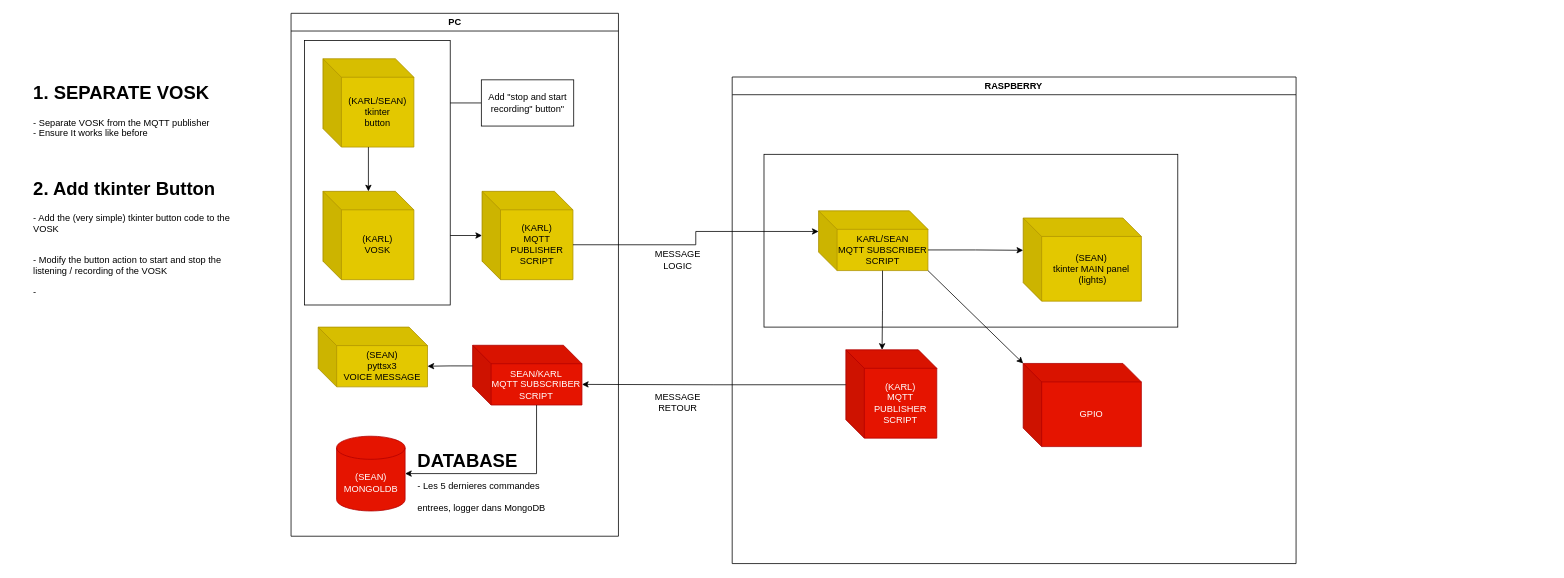
Before: AI-IOT.drawio in 202396724/PROJET-2_IOT, a draw.io diagram. Source tidied: cells renumbered, new cells numbered last; positions are measured from the earlier drawing's top-left corner, leaving out a move shared by most shapes. Both pictures are drawn from the tidied source at 77%, with x=0, y=0 at pixel (32, 13).
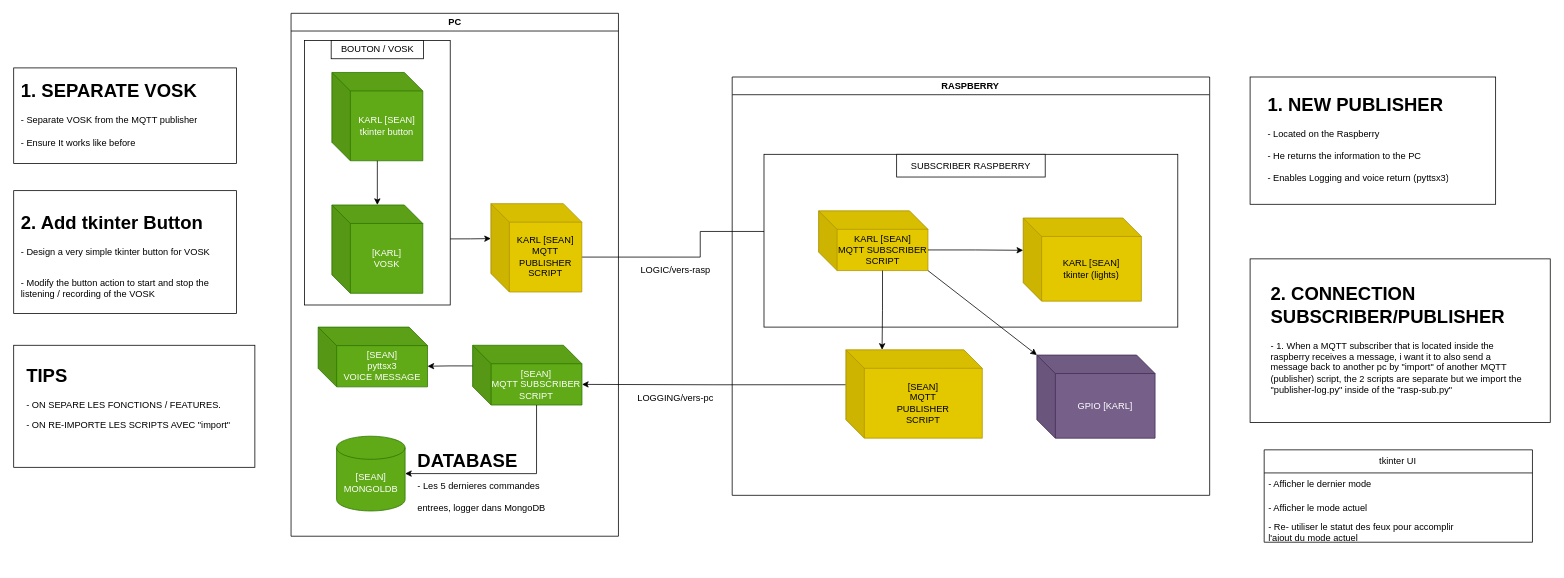
The same page after the edit.

Commit message:
Update to the names of the MQTT topic

Update to the names of the MQTT topic

Diff of the diagram source:
```diff
@@
     <mxCell id="2" style="group;" parent="1" vertex="1">
-      <mxGeometry x="809" y="304.6" width="60" height="30" as="geometry" />
+      <mxGeometry x="779.5" y="318.7" width="112.2" height="30" as="geometry" />
     </mxCell>
-    <mxCell id="3" value="MESSAGE&lt;br&gt;LOGIC" style="text;html=1;align=center;verticalAlign=middle;whiteSpace=wrap;rounded=0;" parent="2" vertex="1">
-      <mxGeometry width="60" height="30" as="geometry" />
+    <mxCell id="3" value="LOGIC/vers-rasp" style="text;html=1;align=center;verticalAlign=middle;whiteSpace=wrap;rounded=0;" parent="2" vertex="1">
+      <mxGeometry width="112.2" height="30" as="geometry" />
     </mxCell>
-    <mxCell id="4" style="group;" parent="1" vertex="1">
-      <mxGeometry x="909.4" y="82.5" width="732.3" height="631.9" as="geometry" />
-    </mxCell>
+    <mxCell id="31" style="edgeStyle=orthogonalEdgeStyle;rounded=0;jettySize=auto;html=1;exitX=0;exitY=0;exitDx=0;exitDy=45.3697449349864;exitPerimeter=0;entryX=0;entryY=0;entryDx=142.03428139669472;entryDy=50.8089030843665;entryPerimeter=0;" parent="1" edge="1" source="7" target="17">
+      <mxGeometry relative="1" as="geometry" />
+    </mxCell>
+    <mxCell id="32" style="group;" parent="1" vertex="1">
+      <mxGeometry x="767.6" y="484.9" width="135.8" height="30" as="geometry" />
+    </mxCell>
+    <mxCell id="33" value="LOGGING/vers-pc" style="text;html=1;align=center;verticalAlign=middle;whiteSpace=wrap;rounded=0;" parent="32" vertex="1">
+      <mxGeometry width="135.8" height="30" as="geometry" />
+    </mxCell>
+    <mxCell id="34" style="edgeStyle=orthogonalEdgeStyle;rounded=0;jettySize=auto;html=1;exitX=0;exitY=0;exitDx=118.11000000000001;exitDy=69.3697449349864;exitPerimeter=0;entryX=0;entryY=0;entryDx=0;entryDy=26.80890308436649;entryPerimeter=0;" parent="1" edge="1" source="16" target="9">
+      <mxGeometry relative="1" as="geometry" />
+    </mxCell>
+    <mxCell id="37" style="group;" parent="1" vertex="1">
+      <mxGeometry x="-23.7" y="70.7" width="289.4" height="124" as="geometry" />
+    </mxCell>
+    <mxCell id="38" style="rounded=0;whiteSpace=wrap;html=1;" parent="37" vertex="1">
+      <mxGeometry width="289.4" height="124" as="geometry" />
+    </mxCell>
+    <mxCell id="36" value="&lt;h1 style=&quot;margin-top: 0px;&quot;&gt;&lt;span style=&quot;background-color: initial;&quot;&gt;1. SEPARATE VOSK&lt;/span&gt;&lt;br&gt;&lt;/h1&gt;&lt;div&gt;&lt;span style=&quot;background-color: initial;&quot;&gt;- Separate VOSK from the MQTT publisher&lt;/span&gt;&lt;/div&gt;&lt;div&gt;&lt;span style=&quot;background-color: initial;&quot;&gt;&lt;br&gt;- Ensure It works like before&lt;/span&gt;&lt;/div&gt;" style="text;html=1;whiteSpace=wrap;overflow=hidden;rounded=0;" parent="37" vertex="1">
+      <mxGeometry x="7.4" y="8.9" width="274.5" height="106.3" as="geometry" />
+    </mxCell>
+    <mxCell id="39" style="group;" parent="1" vertex="1">
+      <mxGeometry x="-23.7" y="230.1" width="289.4" height="159.4" as="geometry" />
+    </mxCell>
+    <mxCell id="40" style="rounded=0;whiteSpace=wrap;html=1;" parent="39" vertex="1">
+      <mxGeometry width="289.4" height="159.4" as="geometry" />
+    </mxCell>
+    <mxCell id="35" value="&lt;h1 style=&quot;margin-top: 0px;&quot;&gt;2. Add tkinter Button&lt;/h1&gt;&lt;p&gt;- Design a very simple tkinter button for VOSK&lt;/p&gt;&lt;p&gt;&lt;br&gt;- Modify the button action to start and stop the listening / recording of the VOSK&lt;/p&gt;" style="text;html=1;whiteSpace=wrap;overflow=hidden;rounded=0;" parent="39" vertex="1">
+      <mxGeometry x="7.4" y="20.9" width="274.5" height="117.7" as="geometry" />
+    </mxCell>
+    <mxCell id="41" style="group;" parent="1" vertex="1">
+      <mxGeometry x="-23.7" y="430.9" width="313.2" height="158.5" as="geometry" />
+    </mxCell>
+    <mxCell id="42" style="rounded=0;whiteSpace=wrap;html=1;" parent="41" vertex="1">
+      <mxGeometry width="313.2" height="158.5" as="geometry" />
+    </mxCell>
+    <mxCell id="43" value="&lt;h1 style=&quot;margin-top: 0px;&quot;&gt;TIPS&lt;/h1&gt;&lt;p&gt;- ON SEPARE LES FONCTIONS / FEATURES.&lt;/p&gt;&lt;p&gt;- ON RE-IMPORTE LES SCRIPTS AVEC &quot;import&quot;&lt;/p&gt;" style="text;html=1;whiteSpace=wrap;overflow=hidden;rounded=0;" parent="41" vertex="1">
+      <mxGeometry x="14.9" y="19.2" width="283.5" height="120" as="geometry" />
+    </mxCell>
+    <mxCell id="44" style="group;" parent="1" vertex="1">
+      <mxGeometry x="909.4" y="82.5" width="620.1" height="543.3" as="geometry" />
+    </mxCell>
-    <mxCell id="5" value="RASPBERRY" style="swimlane;whiteSpace=wrap;html=1;" parent="4" vertex="1">
-      <mxGeometry width="732.3" height="631.9" as="geometry" />
+    <mxCell id="5" value="RASPBERRY" style="swimlane;whiteSpace=wrap;html=1;" parent="44" vertex="1">
+      <mxGeometry width="620.1" height="543.3" as="geometry" />
     </mxCell>
+    <mxCell id="7" value="[SEAN]&lt;br&gt;MQTT&lt;div&gt;PUBLISHER&lt;br&gt;SCRIPT&lt;/div&gt;" style="shape=cube;whiteSpace=wrap;html=1;boundedLbl=1;backgroundOutline=1;darkOpacity=0.05;darkOpacity2=0.1;size=24;fillColor=#e3c800;fontColor=#000000;strokeColor=#B09500;" parent="5" vertex="1">
+      <mxGeometry x="147.6" y="354.3" width="177.2" height="114.7" as="geometry" />
+    </mxCell>
+    <mxCell id="12" value="GPIO [KARL]" style="shape=cube;whiteSpace=wrap;html=1;boundedLbl=1;backgroundOutline=1;darkOpacity=0.05;darkOpacity2=0.1;size=24;fillColor=#76608a;fontColor=#ffffff;strokeColor=#432D57;" parent="5" vertex="1">
+      <mxGeometry x="395.7" y="361.1" width="153.5" height="108" as="geometry" />
+    </mxCell>
-    <mxCell id="6" style="rounded=0;whiteSpace=wrap;html=1;" parent="5" vertex="1">
+    <mxCell id="6" style="rounded=0;whiteSpace=wrap;html=1;" parent="44" vertex="1">
       <mxGeometry x="41.3" y="100.4" width="537.4" height="224.4" as="geometry" />
     </mxCell>
-    <mxCell id="7" value="(KARL)&lt;br&gt;MQTT&lt;div&gt;PUBLISHER&lt;br&gt;SCRIPT&lt;/div&gt;" style="shape=cube;whiteSpace=wrap;html=1;boundedLbl=1;backgroundOutline=1;darkOpacity=0.05;darkOpacity2=0.1;size=24;fillColor=#e51400;fontColor=#ffffff;strokeColor=#B20000;" parent="5" vertex="1">
-      <mxGeometry x="147.6" y="354.3" width="118.1" height="114.7" as="geometry" />
-    </mxCell>
-    <mxCell id="8" value="(SEAN)&lt;br&gt;tkinter MAIN panel&lt;br&gt;&amp;nbsp;(lights)" style="shape=cube;whiteSpace=wrap;html=1;boundedLbl=1;backgroundOutline=1;darkOpacity=0.05;darkOpacity2=0.1;size=24;fillColor=#e3c800;fontColor=#000000;strokeColor=#B09500;" parent="5" vertex="1">
+    <mxCell id="8" value="KARL [SEAN]&lt;br&gt;tkinter (lights)" style="shape=cube;whiteSpace=wrap;html=1;boundedLbl=1;backgroundOutline=1;darkOpacity=0.05;darkOpacity2=0.1;size=24;fillColor=#e3c800;fontColor=#000000;strokeColor=#B09500;" parent="44" vertex="1">
       <mxGeometry x="377.9" y="183.1" width="153.5" height="108" as="geometry" />
     </mxCell>
-    <mxCell id="9" value="KARL/SEAN&lt;br&gt;MQTT SUBSCRIBER&lt;br&gt;SCRIPT" style="shape=cube;whiteSpace=wrap;html=1;boundedLbl=1;backgroundOutline=1;darkOpacity=0.05;darkOpacity2=0.1;size=24;fillColor=#e3c800;fontColor=#000000;strokeColor=#B09500;" parent="5" vertex="1">
+    <mxCell id="9" value="KARL [SEAN]&lt;br&gt;MQTT SUBSCRIBER&lt;br&gt;SCRIPT" style="shape=cube;whiteSpace=wrap;html=1;boundedLbl=1;backgroundOutline=1;darkOpacity=0.05;darkOpacity2=0.1;size=24;fillColor=#e3c800;fontColor=#000000;strokeColor=#B09500;" parent="44" vertex="1">
       <mxGeometry x="112.2" y="173.8" width="142" height="77.6" as="geometry" />
     </mxCell>
-    <mxCell id="10" style="edgeStyle=orthogonalEdgeStyle;rounded=0;jettySize=auto;html=1;exitX=0;exitY=0;exitDx=142.03428139669472;exitDy=50.80890308436649;exitPerimeter=0;entryX=0;entryY=0;entryDx=0;entryDy=41.995;entryPerimeter=0;" parent="5" edge="1" source="9" target="8">
+    <mxCell id="10" style="edgeStyle=orthogonalEdgeStyle;rounded=0;jettySize=auto;html=1;exitX=0;exitY=0;exitDx=142.03428139669472;exitDy=50.80890308436649;exitPerimeter=0;entryX=0;entryY=0;entryDx=0;entryDy=41.995;entryPerimeter=0;" parent="44" edge="1" source="9" target="8">
       <mxGeometry relative="1" as="geometry" />
     </mxCell>
-    <mxCell id="11" style="edgeStyle=orthogonalEdgeStyle;rounded=0;jettySize=auto;html=1;exitX=0;exitY=0;exitDx=83.01714069834736;exitDy=77.617806168733;exitPerimeter=0;entryX=0;entryY=0;entryDx=47.055;entryDy=0;entryPerimeter=0;" parent="5" edge="1" source="9" target="7">
+    <mxCell id="11" style="edgeStyle=orthogonalEdgeStyle;rounded=0;jettySize=auto;html=1;exitX=0;exitY=0;exitDx=83.01714069834736;exitDy=77.617806168733;exitPerimeter=0;entryX=0;entryY=0;entryDx=47.055;entryDy=0;entryPerimeter=0;" parent="44" edge="1" source="9" target="7">
       <mxGeometry relative="1" as="geometry" />
     </mxCell>
-    <mxCell id="12" value="GPIO" style="shape=cube;whiteSpace=wrap;html=1;boundedLbl=1;backgroundOutline=1;darkOpacity=0.05;darkOpacity2=0.1;size=24;fillColor=#e51400;fontColor=#ffffff;strokeColor=#B20000;" parent="5" vertex="1">
-      <mxGeometry x="377.9" y="372" width="153.5" height="108" as="geometry" />
-    </mxCell>
-    <mxCell id="13" style="rounded=0;jettySize=auto;html=1;exitX=1;exitY=1;exitDx=0;exitDy=0;exitPerimeter=0;entryX=0;entryY=0;entryDx=0;entryDy=0;entryPerimeter=0;" parent="5" edge="1" source="9" target="12">
+    <mxCell id="13" style="rounded=0;jettySize=auto;html=1;exitX=1;exitY=1;exitDx=0;exitDy=0;exitPerimeter=0;entryX=0;entryY=0;entryDx=0;entryDy=0;entryPerimeter=0;" parent="44" edge="1" source="9" target="12">
       <mxGeometry relative="1" as="geometry" />
     </mxCell>
+    <mxCell id="45" value="SUBSCRIBER RASPBERRY" style="rounded=0;whiteSpace=wrap;html=1;" parent="44" vertex="1">
+      <mxGeometry x="213.6" y="100.4" width="192.9" height="29.5" as="geometry" />
+    </mxCell>
+    <mxCell id="46" style="group;" parent="1" vertex="1">
+      <mxGeometry x="336.5" y="-0.2" width="425.2" height="679.1" as="geometry" />
+    </mxCell>
-    <mxCell id="14" value="PC" style="swimlane;whiteSpace=wrap;html=1;startSize=23;" parent="1" vertex="1">
-      <mxGeometry x="336.5" y="-0.2" width="425.2" height="679.1" as="geometry" />
+    <mxCell id="14" value="PC" style="swimlane;whiteSpace=wrap;html=1;startSize=23;" parent="46" vertex="1">
+      <mxGeometry width="425.2" height="679.1" as="geometry" />
     </mxCell>
-    <mxCell id="15" style="edgeStyle=orthogonalEdgeStyle;rounded=0;jettySize=auto;html=1;" parent="14" edge="1" source="28" target="16">
-      <mxGeometry relative="1" as="geometry" />
-    </mxCell>
-    <mxCell id="16" value="(KARL)&lt;br&gt;MQTT&lt;div&gt;PUBLISHER&lt;br&gt;SCRIPT&lt;/div&gt;" style="shape=cube;whiteSpace=wrap;html=1;boundedLbl=1;backgroundOutline=1;darkOpacity=0.05;darkOpacity2=0.1;size=24;fillColor=#e3c800;fontColor=#000000;strokeColor=#B09500;" parent="14" vertex="1">
-      <mxGeometry x="248" y="231.2" width="118.1" height="114.7" as="geometry" />
+    <mxCell id="16" value="KARL [SEAN]&lt;br&gt;MQTT&lt;div&gt;PUBLISHER&lt;br&gt;SCRIPT&lt;/div&gt;" style="shape=cube;whiteSpace=wrap;html=1;boundedLbl=1;backgroundOutline=1;darkOpacity=0.05;darkOpacity2=0.1;size=24;fillColor=#e3c800;fontColor=#000000;strokeColor=#B09500;" parent="46" vertex="1">
+      <mxGeometry x="259.5" y="247.2" width="118.1" height="114.7" as="geometry" />
     </mxCell>
-    <mxCell id="17" value="SEAN/KARL&lt;br&gt;MQTT SUBSCRIBER&lt;br&gt;SCRIPT" style="shape=cube;whiteSpace=wrap;html=1;boundedLbl=1;backgroundOutline=1;darkOpacity=0.05;darkOpacity2=0.1;size=24;fillColor=#e51400;strokeColor=#B20000;fontColor=#ffffff;" parent="14" vertex="1">
+    <mxCell id="17" value="[SEAN]&lt;br&gt;MQTT SUBSCRIBER&lt;br&gt;SCRIPT" style="shape=cube;whiteSpace=wrap;html=1;boundedLbl=1;backgroundOutline=1;darkOpacity=0.05;darkOpacity2=0.1;size=24;fillColor=#60a917;strokeColor=#2D7600;fontColor=#ffffff;" parent="46" vertex="1">
       <mxGeometry x="235.8" y="431.1" width="142" height="77.6" as="geometry" />
     </mxCell>
-    <mxCell id="18" value="(SEAN)&lt;br&gt;pyttsx3&lt;br&gt;VOICE MESSAGE" style="shape=cube;whiteSpace=wrap;html=1;boundedLbl=1;backgroundOutline=1;darkOpacity=0.05;darkOpacity2=0.1;size=24;fillColor=#e3c800;fontColor=#000000;strokeColor=#B09500;" parent="14" vertex="1">
+    <mxCell id="18" value="[SEAN]&lt;br&gt;pyttsx3&lt;br&gt;VOICE MESSAGE" style="shape=cube;whiteSpace=wrap;html=1;boundedLbl=1;backgroundOutline=1;darkOpacity=0.05;darkOpacity2=0.1;size=24;fillColor=#60a917;strokeColor=#2D7600;fontColor=#ffffff;" parent="46" vertex="1">
       <mxGeometry x="35.2" y="407.5" width="142" height="77.6" as="geometry" />
     </mxCell>
-    <mxCell id="19" style="edgeStyle=orthogonalEdgeStyle;rounded=0;jettySize=auto;html=1;exitX=0;exitY=0;exitDx=0;exitDy=26.8089030843665;exitPerimeter=0;entryX=0;entryY=0;entryDx=142.03428139669472;entryDy=50.8089030843665;entryPerimeter=0;" parent="14" edge="1" source="17" target="18">
+    <mxCell id="19" style="edgeStyle=orthogonalEdgeStyle;rounded=0;jettySize=auto;html=1;exitX=0;exitY=0;exitDx=0;exitDy=26.8089030843665;exitPerimeter=0;entryX=0;entryY=0;entryDx=142.03428139669472;entryDy=50.8089030843665;entryPerimeter=0;" parent="46" edge="1" source="17" target="18">
       <mxGeometry relative="1" as="geometry" />
     </mxCell>
-    <mxCell id="20" style="edgeStyle=orthogonalEdgeStyle;rounded=0;jettySize=auto;html=1;exitX=0;exitY=0;exitDx=83.01714069834736;exitDy=77.617806168733;exitPerimeter=0;entryX=1;entryY=0.5;entryDx=0;entryDy=0;entryPerimeter=0;" parent="14" edge="1" source="17" target="22">
+    <mxCell id="20" style="edgeStyle=orthogonalEdgeStyle;rounded=0;jettySize=auto;html=1;exitX=0;exitY=0;exitDx=83.01714069834736;exitDy=77.617806168733;exitPerimeter=0;entryX=1;entryY=0.5;entryDx=0;entryDy=0;entryPerimeter=0;" parent="46" edge="1" source="17" target="22">
       <mxGeometry relative="1" as="geometry" />
     </mxCell>
-    <mxCell id="21" style="group;" parent="14" vertex="1">
-      <mxGeometry x="59.1" y="549.2" width="286.5" height="117.2" as="geometry" />
-    </mxCell>
-    <mxCell id="22" value="(SEAN)&lt;br&gt;MONGOLDB" style="shape=cylinder3;whiteSpace=wrap;html=1;boundedLbl=1;backgroundOutline=1;size=15;fillColor=#e51400;fontColor=#ffffff;strokeColor=#B20000;" parent="21" vertex="1">
-      <mxGeometry width="89" height="97.1" as="geometry" />
-    </mxCell>
-    <mxCell id="23" value="&lt;h1 style=&quot;margin-top: 0px;&quot;&gt;&lt;span style=&quot;background-color: initial;&quot;&gt;DATABASE&lt;span style=&quot;font-size: 12px; font-weight: 400;&quot;&gt;&lt;br&gt;&lt;/span&gt;&lt;/span&gt;&lt;span style=&quot;font-size: 12px; font-weight: 400;&quot;&gt;- Les 5 dernieres commandes entrees, logger dans MongoDB&lt;/span&gt;&lt;/h1&gt;" style="text;html=1;whiteSpace=wrap;overflow=hidden;rounded=0;" parent="21" vertex="1">
-      <mxGeometry x="103.4" y="11" width="183.1" height="106.3" as="geometry" />
-    </mxCell>
-    <mxCell id="24" style="edgeStyle=orthogonalEdgeStyle;rounded=0;jettySize=auto;html=1;" parent="14" edge="1" source="25" target="29">
-      <mxGeometry relative="1" as="geometry" />
-    </mxCell>
-    <mxCell id="25" value="Add &quot;stop and start recording&quot; button&quot;" style="rounded=0;whiteSpace=wrap;html=1;" parent="14" vertex="1">
-      <mxGeometry x="247.1" y="86.4" width="120" height="60" as="geometry" />
-    </mxCell>
-    <mxCell id="26" style="group;" parent="14" vertex="1">
-      <mxGeometry x="17.5" y="35.4" width="189.2" height="343.4" as="geometry" />
-    </mxCell>
-    <mxCell id="27" style="rounded=0;whiteSpace=wrap;html=1;" parent="26" vertex="1">
-      <mxGeometry width="189.2" height="343.4" as="geometry" />
+    <mxCell id="27" style="rounded=0;whiteSpace=wrap;html=1;" parent="46" vertex="1">
+      <mxGeometry x="17.5" y="35.4" width="189.2" height="343.4" as="geometry" />
     </mxCell>
-    <mxCell id="28" value="(KARL)&lt;br&gt;VOSK" style="shape=cube;whiteSpace=wrap;html=1;boundedLbl=1;backgroundOutline=1;darkOpacity=0.05;darkOpacity2=0.1;size=24;fillColor=#e3c800;fontColor=#000000;strokeColor=#B09500;" parent="26" vertex="1">
-      <mxGeometry x="23.9" y="195.8" width="118.1" height="114.7" as="geometry" />
+    <mxCell id="28" value="[KARL]&lt;br&gt;VOSK" style="shape=cube;whiteSpace=wrap;html=1;boundedLbl=1;backgroundOutline=1;darkOpacity=0.05;darkOpacity2=0.1;size=24;fillColor=#60a917;fontColor=#ffffff;strokeColor=#2D7600;" parent="46" vertex="1">
+      <mxGeometry x="53" y="248.9" width="118.1" height="114.7" as="geometry" />
     </mxCell>
-    <mxCell id="29" value="(KARL/SEAN)&lt;br&gt;tkinter&lt;br&gt;button" style="shape=cube;whiteSpace=wrap;html=1;boundedLbl=1;backgroundOutline=1;darkOpacity=0.05;darkOpacity2=0.1;size=24;fillColor=#e3c800;fontColor=#000000;strokeColor=#B09500;" parent="26" vertex="1">
-      <mxGeometry x="23.9" y="23.6" width="118.1" height="114.7" as="geometry" />
+    <mxCell id="29" value="KARL [SEAN]&lt;br&gt;tkinter button" style="shape=cube;whiteSpace=wrap;html=1;boundedLbl=1;backgroundOutline=1;darkOpacity=0.05;darkOpacity2=0.1;size=24;fillColor=#60a917;fontColor=#ffffff;strokeColor=#2D7600;" parent="46" vertex="1">
+      <mxGeometry x="53" y="76.8" width="118.1" height="114.7" as="geometry" />
     </mxCell>
-    <mxCell id="30" style="edgeStyle=orthogonalEdgeStyle;rounded=0;jettySize=auto;html=1;" parent="26" edge="1" source="29" target="28">
+    <mxCell id="30" style="edgeStyle=orthogonalEdgeStyle;rounded=0;jettySize=auto;html=1;" parent="46" edge="1" source="29" target="28">
       <mxGeometry relative="1" as="geometry" />
     </mxCell>
-    <mxCell id="31" style="edgeStyle=orthogonalEdgeStyle;rounded=0;jettySize=auto;html=1;exitX=0;exitY=0;exitDx=0;exitDy=45.3697449349864;exitPerimeter=0;entryX=0;entryY=0;entryDx=142.03428139669472;entryDy=50.8089030843665;entryPerimeter=0;" parent="1" edge="1" source="7" target="17">
-      <mxGeometry relative="1" as="geometry" />
-    </mxCell>
-    <mxCell id="32" style="group;" parent="1" vertex="1">
-      <mxGeometry x="809" y="490" width="60" height="30" as="geometry" />
-    </mxCell>
-    <mxCell id="33" value="MESSAGE&lt;br&gt;RETOUR" style="text;html=1;align=center;verticalAlign=middle;whiteSpace=wrap;rounded=0;" parent="32" vertex="1">
-      <mxGeometry width="60" height="30" as="geometry" />
-    </mxCell>
-    <mxCell id="34" style="edgeStyle=orthogonalEdgeStyle;rounded=0;jettySize=auto;html=1;exitX=0;exitY=0;exitDx=118.11000000000001;exitDy=69.3697449349864;exitPerimeter=0;entryX=0;entryY=0;entryDx=0;entryDy=26.80890308436649;entryPerimeter=0;" parent="1" edge="1" source="16" target="9">
-      <mxGeometry relative="1" as="geometry" />
-    </mxCell>
-    <mxCell id="35" value="&lt;h1 style=&quot;margin-top: 0px;&quot;&gt;2. Add tkinter Button&lt;/h1&gt;&lt;p&gt;- Add the (very simple) tkinter button code to the VOSK&lt;/p&gt;&lt;p&gt;&lt;br&gt;- Modify the button action to start and stop the listening / recording of the VOSK&lt;br&gt;&lt;/p&gt;&lt;p&gt;-&amp;nbsp;&lt;/p&gt;" style="text;html=1;whiteSpace=wrap;overflow=hidden;rounded=0;" parent="1" vertex="1">
-      <mxGeometry x="-0.1" y="206.5" width="274.5" height="194.9" as="geometry" />
-    </mxCell>
-    <mxCell id="36" value="&lt;h1 style=&quot;margin-top: 0px;&quot;&gt;&lt;span style=&quot;background-color: initial;&quot;&gt;1. SEPARATE VOSK&lt;/span&gt;&lt;br&gt;&lt;/h1&gt;&lt;div&gt;&lt;span style=&quot;background-color: initial;&quot;&gt;- Separate VOSK from the MQTT publisher&lt;br&gt;- Ensure It works like before&lt;/span&gt;&lt;/div&gt;" style="text;html=1;whiteSpace=wrap;overflow=hidden;rounded=0;" parent="1" vertex="1">
-      <mxGeometry x="-0.1" y="82.5" width="274.5" height="120" as="geometry" />
-    </mxCell>
+    <mxCell id="47" style="edgeStyle=orthogonalEdgeStyle;rounded=0;jettySize=auto;html=1;exitX=1;exitY=0.75;exitDx=0;exitDy=0;entryX=0;entryY=0;entryDx=0;entryDy=45.36974493498641;entryPerimeter=0;" parent="46" edge="1" source="27" target="16">
+      <mxGeometry relative="1" as="geometry" />
+    </mxCell>
+    <mxCell id="48" value="BOUTON / VOSK" style="rounded=0;whiteSpace=wrap;html=1;" parent="46" vertex="1">
+      <mxGeometry x="52.1" y="35.4" width="120" height="23.6" as="geometry" />
+    </mxCell>
+    <mxCell id="22" value="[SEAN]&lt;br&gt;MONGOLDB" style="shape=cylinder3;whiteSpace=wrap;html=1;boundedLbl=1;backgroundOutline=1;size=15;fillColor=#60a917;fontColor=#ffffff;strokeColor=#2D7600;" parent="46" vertex="1">
+      <mxGeometry x="59.1" y="549.2" width="89" height="97.1" as="geometry" />
+    </mxCell>
+    <mxCell id="23" value="&lt;h1 style=&quot;margin-top: 0px;&quot;&gt;&lt;span style=&quot;background-color: initial;&quot;&gt;DATABASE&lt;span style=&quot;font-size: 12px; font-weight: 400;&quot;&gt;&lt;br&gt;&lt;/span&gt;&lt;/span&gt;&lt;span style=&quot;font-size: 12px; font-weight: 400;&quot;&gt;- Les 5 dernieres commandes entrees, logger dans MongoDB&lt;/span&gt;&lt;/h1&gt;" style="text;html=1;whiteSpace=wrap;overflow=hidden;rounded=0;" parent="46" vertex="1">
+      <mxGeometry x="162.5" y="560.2" width="183.1" height="106.3" as="geometry" />
+    </mxCell>
+    <mxCell id="49" style="group;" parent="1" vertex="1">
+      <mxGeometry x="1582" y="318.7" width="389.8" height="212.6" as="geometry" />
+    </mxCell>
+    <mxCell id="50" style="rounded=0;whiteSpace=wrap;html=1;" parent="49" vertex="1">
+      <mxGeometry width="389.8" height="212.6" as="geometry" />
+    </mxCell>
+    <mxCell id="51" value="&lt;h1 style=&quot;margin-top: 0px;&quot;&gt;&lt;span style=&quot;background-color: initial;&quot;&gt;2. CONNECTION SUBSCRIBER/PUBLISHER&lt;/span&gt;&lt;br&gt;&lt;/h1&gt;&lt;div&gt;- 1. When a MQTT subscriber that is located inside the raspberry receives a message, i want it to also send a message back to another pc by &quot;import&quot; of another MQTT (publisher) script, the 2 scripts are separate but we import the &quot;publisher-log.py&quot; inside of the &quot;rasp-sub.py&quot;&lt;/div&gt;" style="text;html=1;whiteSpace=wrap;overflow=hidden;rounded=0;" parent="49" vertex="1">
+      <mxGeometry x="25.3" y="25.6" width="339.2" height="161.3" as="geometry" />
+    </mxCell>
+    <mxCell id="52" value="tkinter UI" style="swimlane;fontStyle=0;horizontal=1;startSize=30;whiteSpace=wrap;html=1;" parent="1" vertex="1">
+      <mxGeometry x="1600.3" y="566.7" width="348.4" height="120" as="geometry" />
+    </mxCell>
+    <mxCell id="53" value="- Afficher le dernier mode" style="text;strokeColor=none;fillColor=none;align=left;verticalAlign=middle;spacingLeft=4;spacingRight=4;overflow=hidden;whiteSpace=wrap;html=1;" parent="52" vertex="1">
+      <mxGeometry y="30" width="348.4" height="30" as="geometry" />
+    </mxCell>
+    <mxCell id="54" value="- Afficher le mode actuel" style="text;strokeColor=none;fillColor=none;align=left;verticalAlign=middle;spacingLeft=4;spacingRight=4;overflow=hidden;whiteSpace=wrap;html=1;" parent="52" vertex="1">
+      <mxGeometry y="60" width="348.4" height="30" as="geometry" />
+    </mxCell>
+    <mxCell id="55" value="- Re- utiliser le statut des feux pour accomplir&lt;br&gt;l'ajout du mode actuel" style="text;strokeColor=none;fillColor=none;align=left;verticalAlign=middle;spacingLeft=4;spacingRight=4;overflow=hidden;whiteSpace=wrap;html=1;" parent="52" vertex="1">
+      <mxGeometry y="90" width="348.4" height="30" as="geometry" />
+    </mxCell>
+    <mxCell id="56" style="group;" parent="1" vertex="1">
+      <mxGeometry x="1582" y="82.5" width="318.9" height="165.3" as="geometry" />
+    </mxCell>
+    <mxCell id="57" style="rounded=0;whiteSpace=wrap;html=1;" parent="56" vertex="1">
+      <mxGeometry width="318.9" height="165.3" as="geometry" />
+    </mxCell>
+    <mxCell id="58" value="&lt;h1 style=&quot;margin-top: 0px;&quot;&gt;&lt;span style=&quot;background-color: initial;&quot;&gt;1. NEW PUBLISHER&lt;/span&gt;&lt;br&gt;&lt;/h1&gt;&lt;div&gt;- Located on the Raspberry&lt;/div&gt;&lt;div&gt;&lt;br&gt;&lt;/div&gt;&lt;div&gt;- He returns the information to the PC&lt;/div&gt;&lt;div&gt;&lt;span style=&quot;background-color: initial;&quot;&gt;&lt;br&gt;&lt;/span&gt;&lt;/div&gt;&lt;div&gt;&lt;span style=&quot;background-color: initial;&quot;&gt;- Enables Logging and voice return (pyttsx3)&lt;/span&gt;&lt;/div&gt;" style="text;html=1;whiteSpace=wrap;overflow=hidden;rounded=0;" parent="56" vertex="1">
+      <mxGeometry x="20.7" y="15.8" width="277.6" height="133.8" as="geometry" />
+    </mxCell>
```
